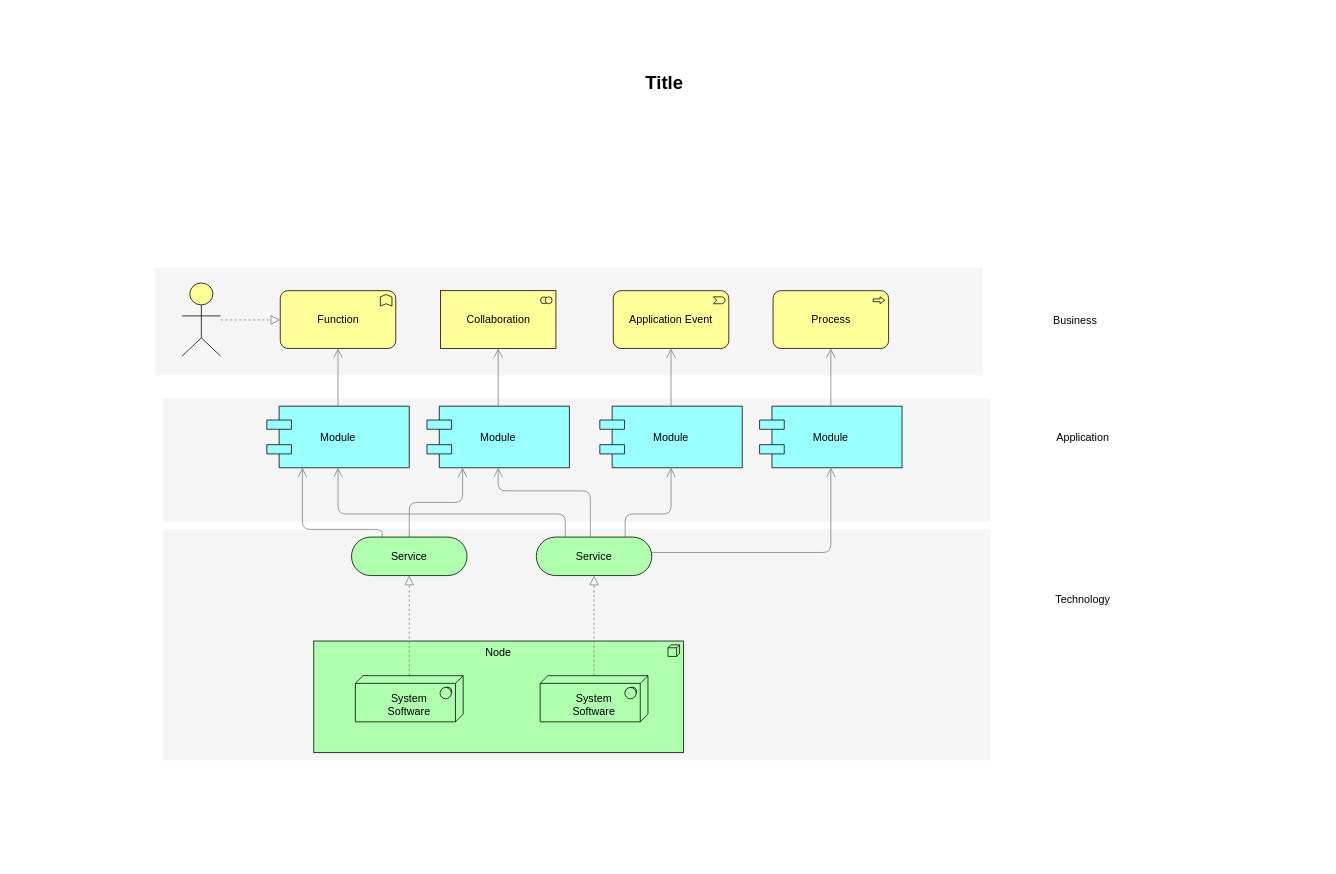
This is Arquitetura de Software.drawio from GabrielMaxMaia/Service-PIIV, a draw.io file, before an edit. Source tidied: cells renumbered, new cells numbered last; positions are measured from the earlier drawing's top-left corner, leaving out a move shared by most shapes. Both pictures are drawn from the tidied source at 77%, with x=0, y=0 at pixel (52, 67).
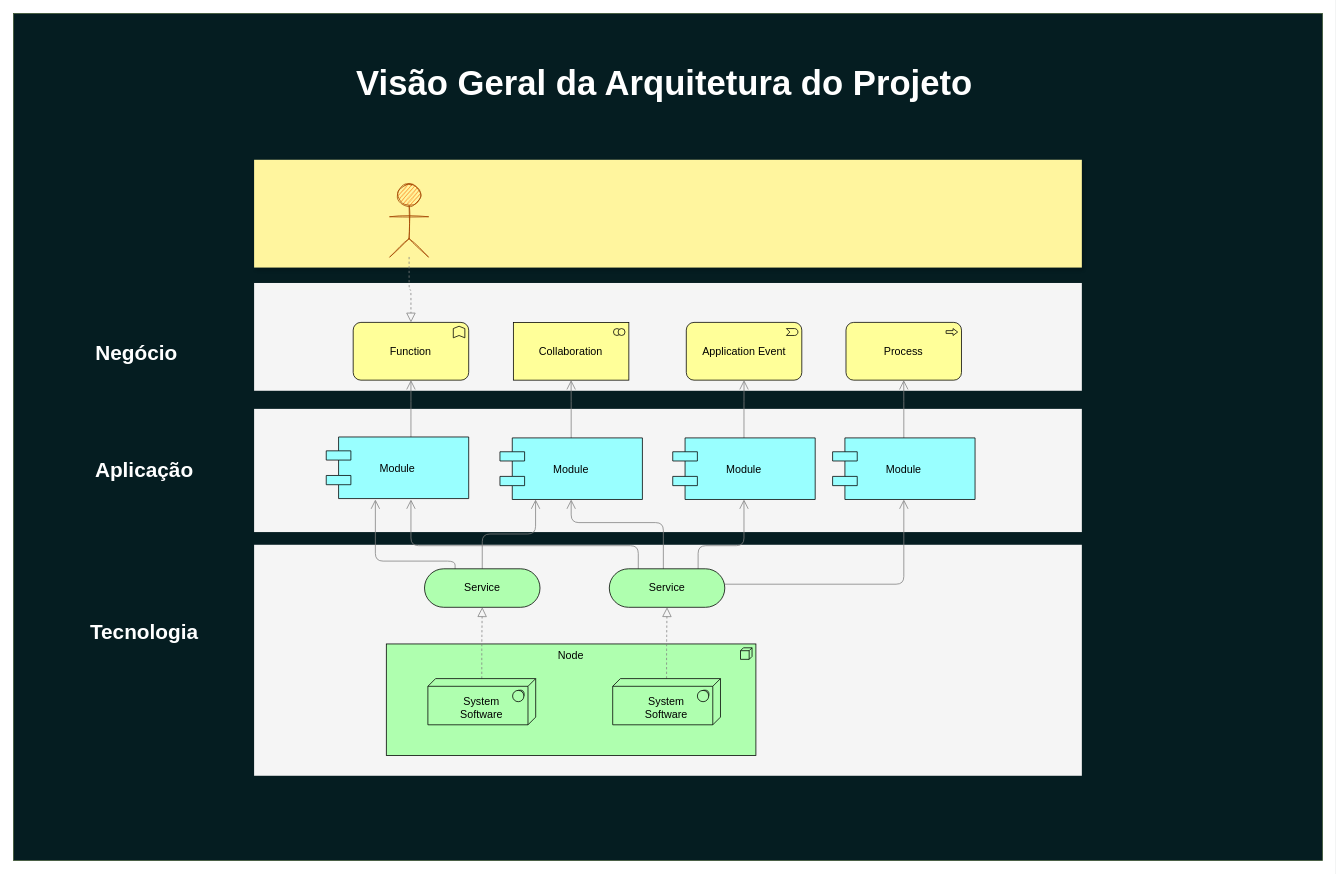
Above is the later version.

What changed in the source:
```diff
@@
+    <mxCell id="36" style="rounded=0;whiteSpace=wrap;html=1;strokeColor=#3A5431;sketch=0;shadow=0;glass=0;labelBackgroundColor=none;labelBorderColor=none;comic=0;fillColor=#051D21;" parent="1" vertex="1">
+      <mxGeometry x="-50" y="-70" width="1700" height="1100" as="geometry" />
+    </mxCell>
+    <mxCell id="37" style="whiteSpace=wrap;html=1;strokeColor=none;strokeWidth=1;fontSize=14;shadow=1;sketch=0;fillColor=#FFF59E;" parent="1" vertex="1">
+      <mxGeometry x="262.5" y="120" width="1075" height="140" as="geometry" />
+    </mxCell>
     <mxCell id="2" style="whiteSpace=wrap;html=1;strokeColor=none;strokeWidth=1;fillColor=#f5f5f5;fontSize=14;" parent="1" vertex="1">
-      <mxGeometry x="144" y="600" width="1075" height="300" as="geometry" />
+      <mxGeometry x="262.5" y="620" width="1075" height="300" as="geometry" />
     </mxCell>
     <mxCell id="3" style="whiteSpace=wrap;html=1;strokeColor=none;strokeWidth=1;fillColor=#f5f5f5;fontSize=14;" parent="1" vertex="1">
-      <mxGeometry x="144" y="430" width="1075" height="160" as="geometry" />
+      <mxGeometry x="262.5" y="443.5" width="1075" height="160" as="geometry" />
     </mxCell>
     <mxCell id="4" style="whiteSpace=wrap;html=1;strokeColor=none;strokeWidth=1;fillColor=#f5f5f5;fontSize=14;" parent="1" vertex="1">
-      <mxGeometry x="134" y="260" width="1075" height="140" as="geometry" />
+      <mxGeometry x="262.5" y="280" width="1075" height="140" as="geometry" />
     </mxCell>
     <mxCell id="5" value="Node" style="html=1;whiteSpace=wrap;fillColor=#AFFFAF;shape=mxgraph.archimate3.application;appType=node;archiType=square;fontSize=14;verticalAlign=top;" parent="1" vertex="1">
-      <mxGeometry x="340" y="745" width="480" height="145" as="geometry" />
+      <mxGeometry x="434.2" y="748.8" width="480" height="145" as="geometry" />
     </mxCell>
@@
     <mxCell id="7" value="&lt;div&gt;&lt;br&gt;&lt;/div&gt;System&lt;div&gt;Software&lt;/div&gt;" style="html=1;whiteSpace=wrap;fillColor=#AFFFAF;shape=mxgraph.archimate3.tech;techType=sysSw;fontSize=14;" parent="1" vertex="1">
-      <mxGeometry x="394" y="790" width="140" height="60" as="geometry" />
+      <mxGeometry x="488.2" y="793.8" width="140" height="60" as="geometry" />
     </mxCell>
@@
     <mxCell id="9" value="&lt;div&gt;&lt;br&gt;&lt;/div&gt;&lt;div&gt;&lt;span&gt;System&lt;/span&gt;&lt;div&gt;Software&lt;/div&gt;&lt;/div&gt;" style="html=1;whiteSpace=wrap;fillColor=#AFFFAF;shape=mxgraph.archimate3.tech;techType=sysSw;fontSize=14;" parent="1" vertex="1">
-      <mxGeometry x="634" y="790" width="140" height="60" as="geometry" />
+      <mxGeometry x="728.2" y="793.8" width="140" height="60" as="geometry" />
     </mxCell>
@@
-    <mxCell id="11" style="edgeStyle=elbowEdgeStyle;rounded=1;elbow=vertical;html=1;startSize=10;endArrow=open;endFill=0;endSize=10;jettySize=auto;strokeColor=#808080;fontSize=14;entryX=0.25;entryY=1;exitX=0.265;exitY=0.007;exitPerimeter=0;" parent="1" edge="1" source="12" target="19">
+    <mxCell id="11" style="edgeStyle=elbowEdgeStyle;rounded=1;elbow=vertical;html=1;startSize=10;endArrow=open;endFill=0;endSize=10;jettySize=auto;strokeColor=#808080;fontSize=14;entryX=0.25;entryY=1;exitX=0.265;exitY=0.007;exitPerimeter=0;" parent="1" edge="1" source="12">
       <mxGeometry relative="1" as="geometry">
+        <mxPoint x="420" y="561.2" as="targetPoint" />
         <Array as="points">
-          <mxPoint x="372" y="600" />
+          <mxPoint x="466.8" y="641.2" />
         </Array>
       </mxGeometry>
     </mxCell>
     <mxCell id="12" value="Service" style="html=1;whiteSpace=wrap;fillColor=#AFFFAF;shape=mxgraph.archimate3.service;fontSize=14;" parent="1" vertex="1">
-      <mxGeometry x="389" y="610" width="150" height="50" as="geometry" />
+      <mxGeometry x="483.8" y="651.2" width="150" height="50" as="geometry" />
     </mxCell>
     <mxCell id="13" style="edgeStyle=elbowEdgeStyle;rounded=1;elbow=vertical;html=1;startSize=10;endArrow=open;endFill=0;endSize=10;jettySize=auto;strokeColor=#808080;fontSize=14;" parent="1" edge="1" source="17" target="25">
       <mxGeometry relative="1" as="geometry">
         <Array as="points">
-          <mxPoint x="859" y="630" />
+          <mxPoint x="953.8" y="671.2" />
         </Array>
       </mxGeometry>
     </mxCell>
     <mxCell id="14" style="edgeStyle=elbowEdgeStyle;rounded=1;elbow=vertical;html=1;startSize=10;endArrow=open;endFill=0;endSize=10;jettySize=auto;strokeColor=#808080;fontSize=14;entryX=0.5;entryY=1;exitX=0.769;exitY=0.025;exitPerimeter=0;" parent="1" edge="1" source="17" target="23">
       <mxGeometry relative="1" as="geometry">
         <Array as="points">
-          <mxPoint x="759" y="580" />
+          <mxPoint x="853.8" y="621.2" />
         </Array>
       </mxGeometry>
     </mxCell>
     <mxCell id="15" style="edgeStyle=elbowEdgeStyle;rounded=1;elbow=vertical;html=1;startSize=10;endArrow=open;endFill=0;endSize=10;jettySize=auto;strokeColor=#808080;fontSize=14;entryX=0.5;entryY=1;exitX=0.468;exitY=0.025;exitPerimeter=0;" parent="1" edge="1" source="17" target="21">
       <mxGeometry relative="1" as="geometry">
         <Array as="points">
-          <mxPoint x="649" y="550" />
+          <mxPoint x="743.8" y="591.2" />
         </Array>
       </mxGeometry>
     </mxCell>
-    <mxCell id="16" style="edgeStyle=elbowEdgeStyle;rounded=1;elbow=vertical;html=1;startSize=10;endArrow=open;endFill=0;endSize=10;jettySize=auto;strokeColor=#808080;fontSize=14;exitX=0.251;exitY=0.002;exitPerimeter=0;" parent="1" edge="1" source="17" target="19">
+    <mxCell id="16" style="edgeStyle=elbowEdgeStyle;rounded=1;elbow=vertical;html=1;startSize=10;endArrow=open;endFill=0;endSize=10;jettySize=auto;strokeColor=#808080;fontSize=14;exitX=0.251;exitY=0.002;exitPerimeter=0;" parent="1" edge="1" source="17">
       <mxGeometry relative="1" as="geometry">
+        <mxPoint x="466.2" y="561.2" as="targetPoint" />
         <Array as="points">
-          <mxPoint x="539" y="580" />
+          <mxPoint x="633.8" y="621.2" />
         </Array>
       </mxGeometry>
     </mxCell>
     <mxCell id="17" value="Service" style="html=1;whiteSpace=wrap;fillColor=#AFFFAF;shape=mxgraph.archimate3.service;fontSize=14;" parent="1" vertex="1">
-      <mxGeometry x="629" y="610" width="150" height="50" as="geometry" />
+      <mxGeometry x="723.8" y="651.2" width="150" height="50" as="geometry" />
     </mxCell>
-    <mxCell id="18" style="edgeStyle=elbowEdgeStyle;rounded=1;elbow=vertical;html=1;startSize=10;endArrow=open;endFill=0;endSize=10;jettySize=auto;strokeColor=#808080;fontSize=14;" parent="1" edge="1" source="19" target="26">
-      <mxGeometry relative="1" as="geometry" />
+    <mxCell id="18" style="edgeStyle=elbowEdgeStyle;rounded=1;elbow=vertical;html=1;startSize=10;endArrow=open;endFill=0;endSize=10;jettySize=auto;strokeColor=#808080;fontSize=14;" parent="1" edge="1" target="26">
+      <mxGeometry relative="1" as="geometry">
+        <mxPoint x="466.2" y="481.2" as="sourcePoint" />
+      </mxGeometry>
     </mxCell>
     <mxCell id="19" value="Module" style="shape=component;align=center;fillColor=#99ffff;gradientColor=none;fontSize=14;" parent="1" vertex="1">
-      <mxGeometry x="279" y="440" width="185" height="80" as="geometry" />
+      <mxGeometry x="356.2" y="480" width="185" height="80" as="geometry" />
     </mxCell>
@@
     <mxCell id="21" value="Module" style="shape=component;align=center;fillColor=#99ffff;gradientColor=none;fontSize=14;" parent="1" vertex="1">
-      <mxGeometry x="487" y="440" width="185" height="80" as="geometry" />
+      <mxGeometry x="581.8" y="481.2" width="185" height="80" as="geometry" />
     </mxCell>
@@
     <mxCell id="23" value="Module" style="shape=component;align=center;fillColor=#99ffff;gradientColor=none;fontSize=14;" parent="1" vertex="1">
-      <mxGeometry x="711.5" y="440" width="185" height="80" as="geometry" />
+      <mxGeometry x="806.2" y="481.2" width="185" height="80" as="geometry" />
     </mxCell>
@@
     <mxCell id="25" value="Module" style="shape=component;align=center;fillColor=#99ffff;gradientColor=none;fontSize=14;" parent="1" vertex="1">
-      <mxGeometry x="919" y="440" width="185" height="80" as="geometry" />
+      <mxGeometry x="1013.8" y="481.2" width="185" height="80" as="geometry" />
     </mxCell>
     <mxCell id="26" value="Function" style="html=1;whiteSpace=wrap;fillColor=#ffff99;shape=mxgraph.archimate3.application;appType=func;archiType=rounded;fontSize=14;" parent="1" vertex="1">
-      <mxGeometry x="296.5" y="290" width="150" height="75" as="geometry" />
+      <mxGeometry x="391.2" y="331.2" width="150" height="75" as="geometry" />
     </mxCell>
-    <mxCell id="27" value="Collaboration" style="html=1;whiteSpace=wrap;fillColor=#ffff99;shape=mxgraph.archimate3.application;appType=collab;archiType=square;fontSize=14;" parent="1" vertex="1">
-      <mxGeometry x="504.5" y="290" width="150" height="75" as="geometry" />
+    <mxCell id="27" value="Collaboration" style="html=1;whiteSpace=wrap;fillColor=#ffff99;shape=mxgraph.archimate3.application;appType=collab;archiType=square;fontSize=14;sketch=0;" parent="1" vertex="1">
+      <mxGeometry x="599.2" y="331.2" width="150" height="75" as="geometry" />
     </mxCell>
     <mxCell id="28" value="Application Event" style="html=1;whiteSpace=wrap;fillColor=#ffff99;shape=mxgraph.archimate3.application;appType=event;archiType=rounded;fontSize=14;" parent="1" vertex="1">
-      <mxGeometry x="729" y="290" width="150" height="75" as="geometry" />
+      <mxGeometry x="823.8" y="331.2" width="150" height="75" as="geometry" />
     </mxCell>
     <mxCell id="29" value="Process" style="html=1;whiteSpace=wrap;fillColor=#ffff99;shape=mxgraph.archimate3.application;appType=proc;archiType=rounded;fontSize=14;" parent="1" vertex="1">
-      <mxGeometry x="936.5" y="290" width="150" height="75" as="geometry" />
+      <mxGeometry x="1031.2" y="331.2" width="150" height="75" as="geometry" />
     </mxCell>
-    <mxCell id="30" value="Technology" style="text;html=1;strokeColor=none;fillColor=none;align=center;verticalAlign=middle;whiteSpace=wrap;fontSize=14;" parent="1" vertex="1">
-      <mxGeometry x="1219" y="681" width="240" height="20" as="geometry" />
+    <mxCell id="30" value="Tecnologia" style="text;html=1;strokeColor=none;fillColor=none;align=center;verticalAlign=middle;whiteSpace=wrap;fontSize=27;fontColor=#FFFFFF;fontStyle=1;" parent="1" vertex="1">
+      <mxGeometry y="723.5" width="240" height="20" as="geometry" />
     </mxCell>
-    <mxCell id="31" value="Application" style="text;html=1;strokeColor=none;fillColor=none;align=center;verticalAlign=middle;whiteSpace=wrap;fontSize=14;" parent="1" vertex="1">
-      <mxGeometry x="1219" y="471" width="240" height="20" as="geometry" />
+    <mxCell id="31" value="Aplicação" style="text;html=1;strokeColor=none;fillColor=none;align=center;verticalAlign=middle;whiteSpace=wrap;fontSize=27;fontColor=#FFFFFF;fontStyle=1;" parent="1" vertex="1">
+      <mxGeometry y="513.5" width="240" height="20" as="geometry" />
     </mxCell>
-    <mxCell id="32" value="Business" style="text;html=1;strokeColor=none;fillColor=none;align=center;verticalAlign=middle;whiteSpace=wrap;fontSize=14;" parent="1" vertex="1">
-      <mxGeometry x="1209" y="319" width="240" height="20" as="geometry" />
+    <mxCell id="32" value="Negócio" style="text;html=1;strokeColor=none;fillColor=none;align=center;verticalAlign=middle;whiteSpace=wrap;fontSize=27;fontColor=#FFFFFF;fontStyle=1;" parent="1" vertex="1">
+      <mxGeometry x="-10" y="361.5" width="240" height="20" as="geometry" />
     </mxCell>
@@
-    <mxCell id="34" style="html=1;whiteSpace=wrap;fillColor=#ffff99;shape=mxgraph.archimate3.actor;fontSize=14;" parent="1" vertex="1">
-      <mxGeometry x="169" y="280" width="50" height="95" as="geometry" />
+    <mxCell id="34" style="html=1;whiteSpace=wrap;shape=mxgraph.archimate3.actor;fontSize=14;sketch=1;shadow=0;fontColor=#ffffff;fillColor=#FC6900;strokeColor=#A34400;" parent="1" vertex="1">
+      <mxGeometry x="438.8" y="151.2" width="50" height="95" as="geometry" />
     </mxCell>
-    <mxCell id="35" value="Title" style="text;strokeColor=none;fillColor=none;html=1;fontSize=24;fontStyle=1;verticalAlign=middle;align=center;" parent="1" vertex="1">
+    <mxCell id="35" value="&lt;div style=&quot;font-size: 45px;&quot;&gt;Visão Geral da Arquitetura do Projeto&lt;/div&gt;" style="text;strokeColor=none;fillColor=none;html=1;fontSize=45;fontStyle=1;verticalAlign=middle;align=center;fontColor=#FFFFFF;" parent="1" vertex="1">
       <mxGeometry width="1590" height="40" as="geometry" />
     </mxCell>
```
